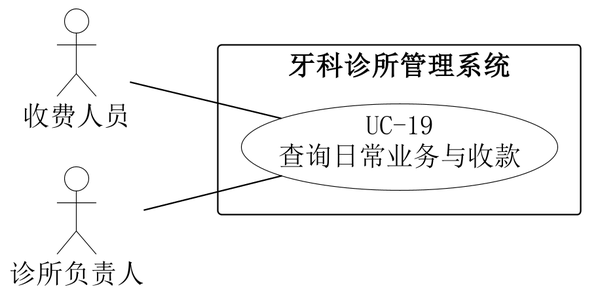
Before: 01-需求文档/diagrams/07-19-system-use-case.png, a diagram exported from PlantUML (Shawmc-creator/systemAnalyseAndDesign). Its diagram source:
```plantuml
@startuml
skinparam backgroundColor white
skinparam shadowing false
skinparam defaultFontName SimSun
skinparam defaultFontSize 18
skinparam dpi 220
skinparam ArrowColor black
skinparam nodesep 24
skinparam ranksep 65
skinparam actor {
 BorderColor black
 BackgroundColor white
}
skinparam usecase {
 BorderColor black
 BackgroundColor white
}
skinparam rectangle {
 BorderColor black
 BackgroundColor white
}
left to right direction
actor "收费人员" as A0
actor "诊所负责人" as A1
rectangle "牙科诊所管理系统" {
 usecase "UC-19\n查询日常业务与收款" as U
}
A0 -- U
A1 -- U

@enduml
```
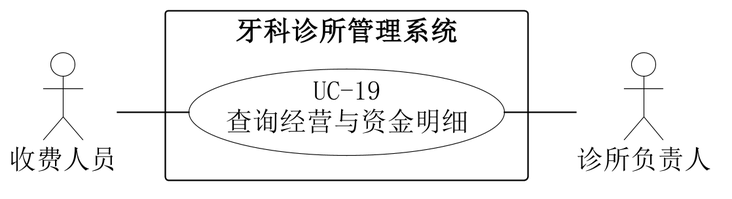
The same file after the commit.

Diff of the diagram source:
```diff
@@ -5,8 +5,8 @@
 skinparam defaultFontSize 18
 skinparam dpi 220
 skinparam ArrowColor black
-skinparam nodesep 24
-skinparam ranksep 65
+skinparam nodesep 22
+skinparam ranksep 48
 skinparam actor {
  BorderColor black
  BackgroundColor white
@@ -23,9 +23,9 @@
 actor "收费人员" as A0
 actor "诊所负责人" as A1
 rectangle "牙科诊所管理系统" {
- usecase "UC-19\n查询日常业务与收款" as U
+ usecase "UC-19\n查询经营与资金明细" as U
 }
 A0 -- U
-A1 -- U
+U -- A1
 
 @enduml
```
